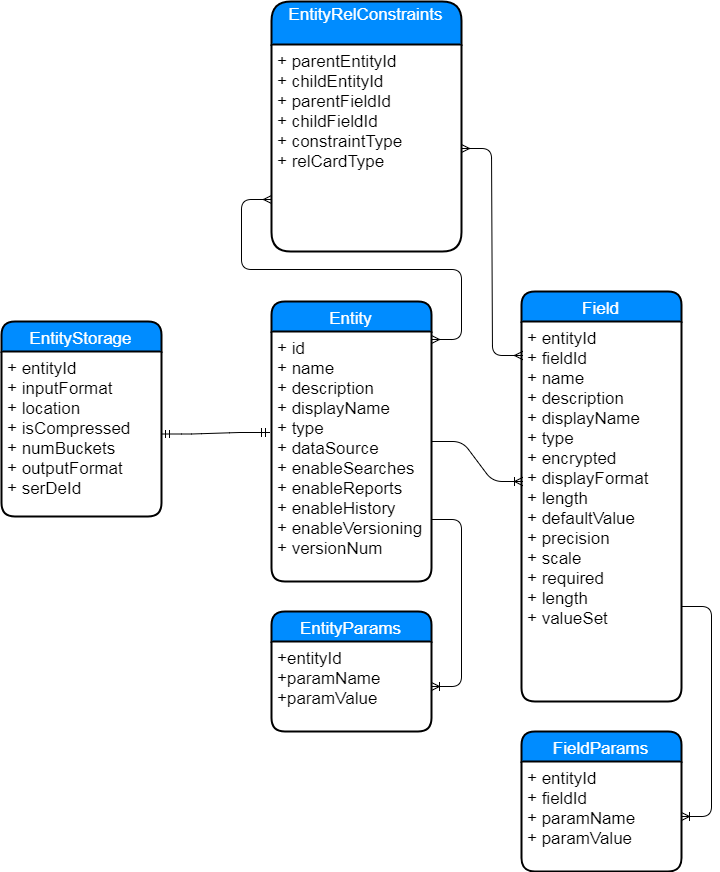
The draw.io diagram entity.png in sandhyaagarwal/diagrams, before a commit. Source tidied: cells renumbered, new cells last; positions are measured from the earlier drawing's top-left corner, leaving out a move shared by most shapes.
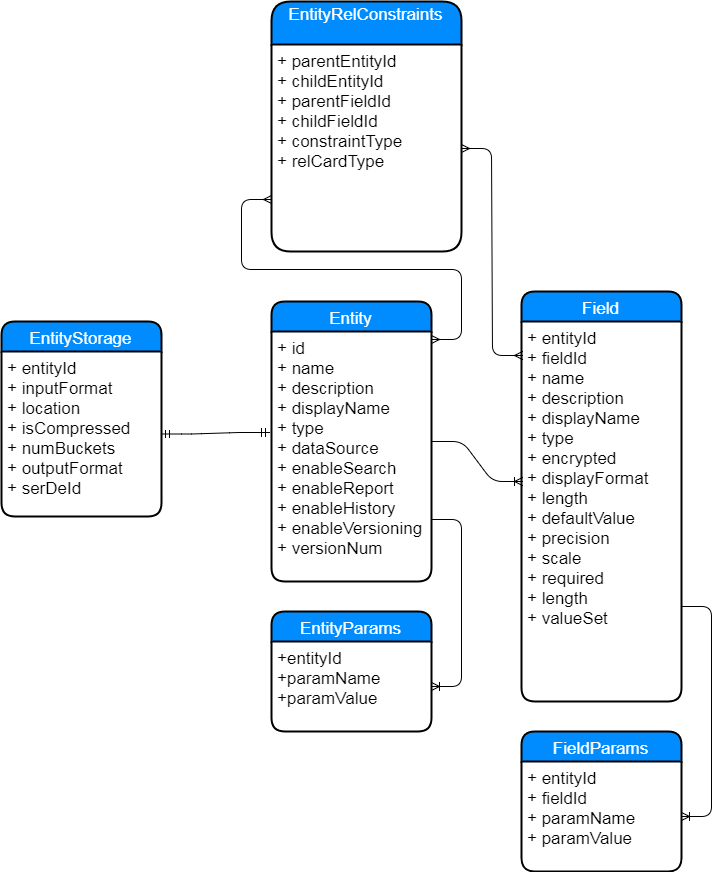
The same file after the commit.

What changed in the source:
```diff
@@ -5,7 +5,7 @@
     <mxCell id="2" value="Entity" style="swimlane;horizontal=1;startSize=30;fillColor=#008cff;fontColor=#FFFFFF;rounded=1;fontSize=17;fontStyle=0;strokeWidth=2;shadow=0;dashed=0;align=center;" parent="1" vertex="1">
       <mxGeometry x="270" y="300" width="160" height="280" as="geometry" />
     </mxCell>
-    <mxCell id="3" value="+ id&#10;+ name&#10;+ description&#10;+ displayName&#10;+ type&#10;+ dataSource&#10;+ enableSearches&#10;+ enableReports&#10;+ enableHistory&#10;+ enableVersioning&#10;+ versionNum" style="align=left;strokeColor=none;fillColor=none;spacingLeft=4;fontSize=17;verticalAlign=top;" parent="2" vertex="1">
+    <mxCell id="3" value="+ id&#10;+ name&#10;+ description&#10;+ displayName&#10;+ type&#10;+ dataSource&#10;+ enableSearch&#10;+ enableReport&#10;+ enableHistory&#10;+ enableVersioning&#10;+ versionNum" style="align=left;strokeColor=none;fillColor=none;spacingLeft=4;fontSize=17;verticalAlign=top;" parent="2" vertex="1">
       <mxGeometry y="30" width="160" height="250" as="geometry" />
     </mxCell>
     <mxCell id="4" style="edgeStyle=entityRelationEdgeStyle;html=1;endArrow=ERoneToMany;entryX=0.006;entryY=0.421;entryPerimeter=0;exitX=1.006;exitY=0.44;exitPerimeter=0;" parent="1" edge="1" source="3" target="12">
```
